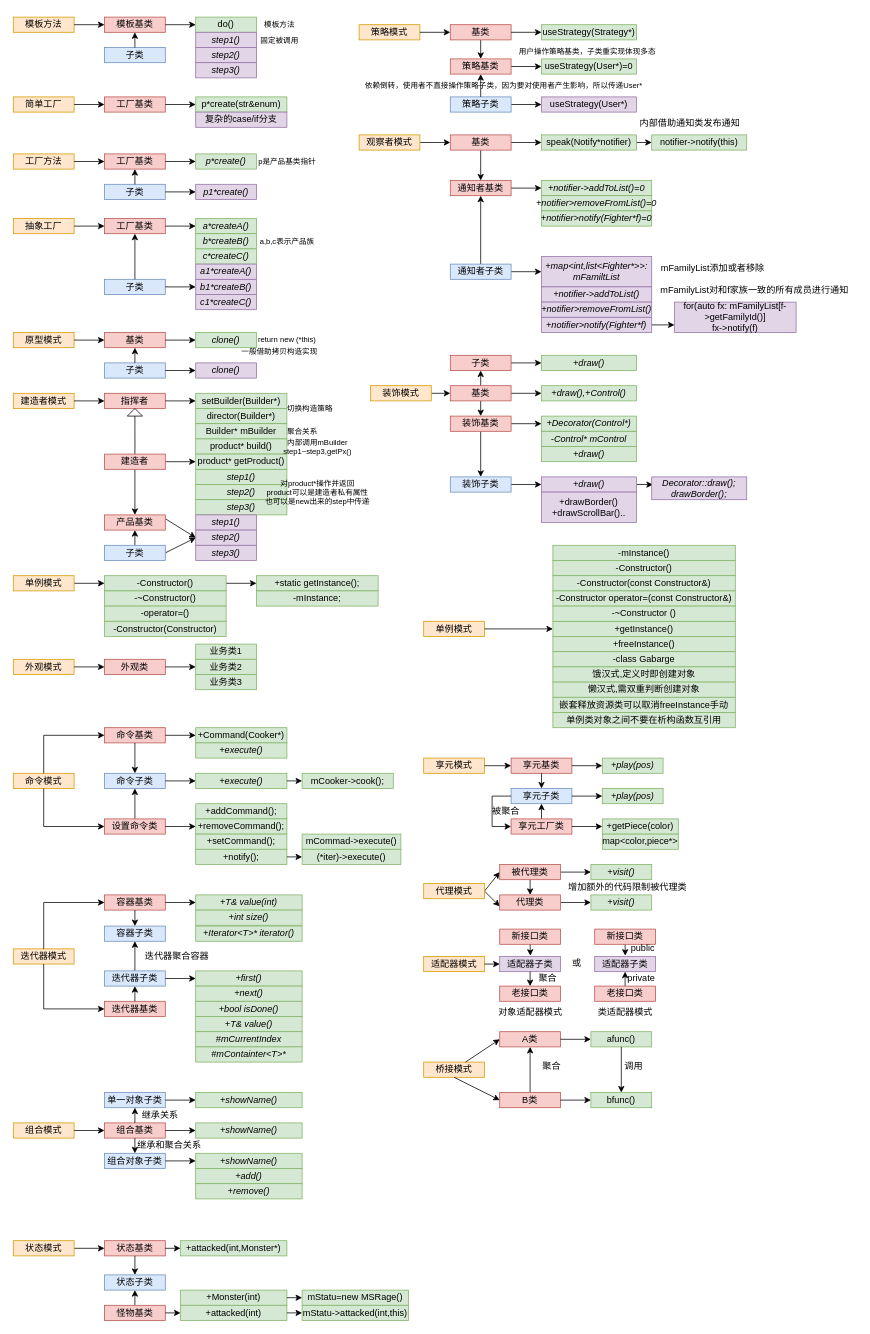
chenbei97/C--DesignMode keeps this draw.io diagram as designMode.drawio. Above is the earlier version. Source tidied: cells renumbered, new cells numbered last; positions are measured from the earlier drawing's top-left corner, leaving out a move shared by most shapes. Both pictures are drawn from the tidied source at 76%, with x=0, y=0 at pixel (13, 13).
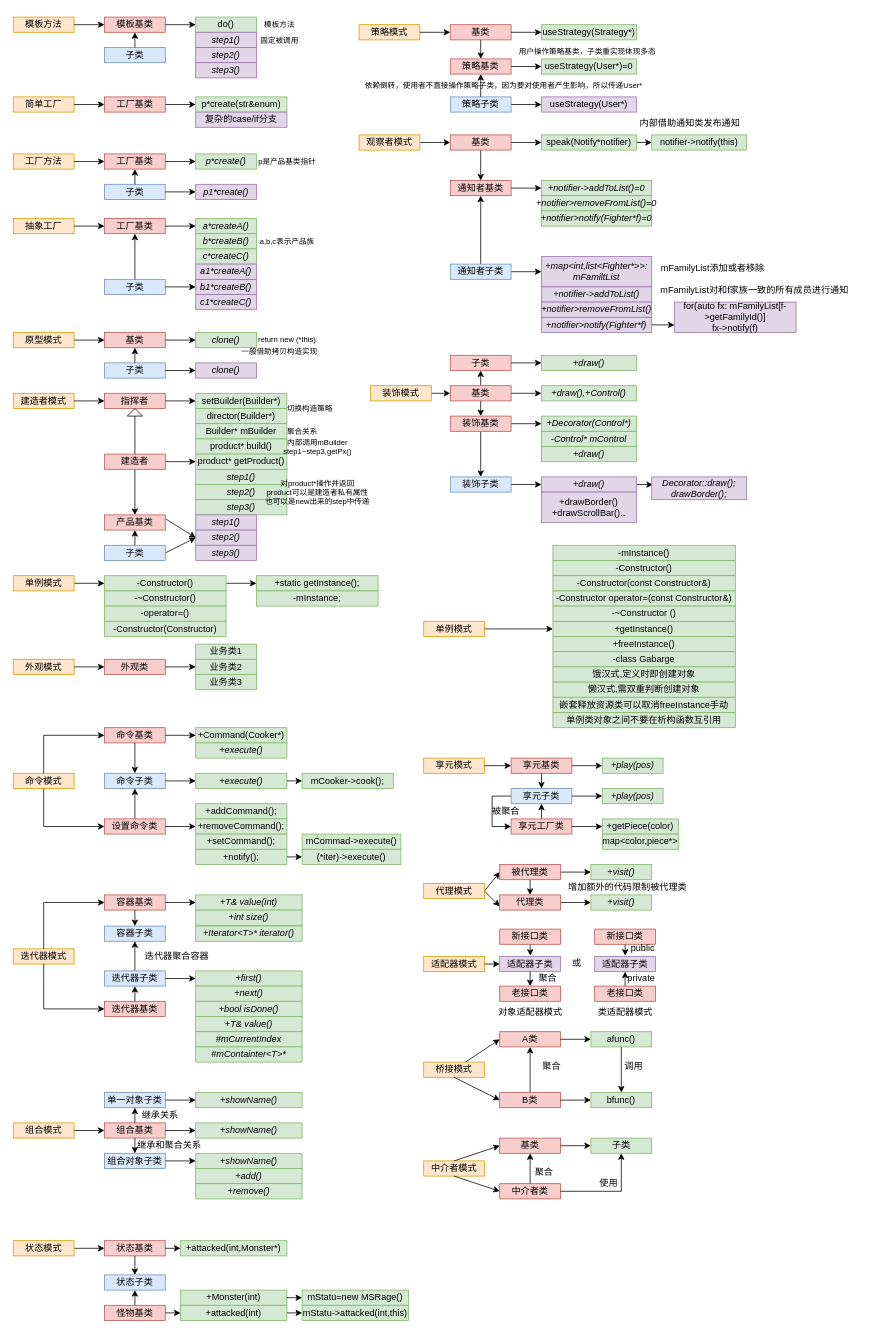
The same diagram, later.

Commit message (it also covers changes not shown here):
中介者模式

What changed in the source:
```diff
@@
+    <mxCell id="328" style="group;" parent="1" vertex="1">
+      <mxGeometry x="540" y="1480" width="300" height="80" as="geometry" />
+    </mxCell>
+    <mxCell id="329" value="中介者模式" style="whiteSpace=wrap;html=1;fillColor=#ffe6cc;strokeColor=#d79b00;" parent="328" vertex="1">
+      <mxGeometry y="30" width="80" height="20" as="geometry" />
+    </mxCell>
+    <mxCell id="330" value="中介者类" style="whiteSpace=wrap;html=1;fillColor=#f8cecc;strokeColor=#b85450;" parent="328" vertex="1">
+      <mxGeometry x="100" y="60" width="80" height="20" as="geometry" />
+    </mxCell>
+    <mxCell id="331" style="edgeStyle=none;html=1;exitX=0.5;exitY=1;exitDx=0;exitDy=0;entryX=0;entryY=0.5;entryDx=0;entryDy=0;" parent="328" edge="1" source="329" target="330">
+      <mxGeometry relative="1" as="geometry" />
+    </mxCell>
+    <mxCell id="332" value="基类" style="whiteSpace=wrap;html=1;fillColor=#f8cecc;strokeColor=#b85450;" parent="328" vertex="1">
+      <mxGeometry x="100" width="80" height="20" as="geometry" />
+    </mxCell>
+    <mxCell id="333" style="edgeStyle=none;html=1;exitX=0.5;exitY=0;exitDx=0;exitDy=0;entryX=0;entryY=0.5;entryDx=0;entryDy=0;" parent="328" edge="1" source="329" target="332">
+      <mxGeometry relative="1" as="geometry" />
+    </mxCell>
+    <mxCell id="334" style="edgeStyle=none;html=1;entryX=0.5;entryY=1;entryDx=0;entryDy=0;" parent="328" edge="1" source="330" target="332">
+      <mxGeometry relative="1" as="geometry" />
+    </mxCell>
+    <mxCell id="335" value="子类" style="whiteSpace=wrap;html=1;fillColor=#d5e8d4;strokeColor=#82b366;" parent="328" vertex="1">
+      <mxGeometry x="220" width="80" height="20" as="geometry" />
+    </mxCell>
+    <mxCell id="336" style="edgeStyle=orthogonalEdgeStyle;html=1;exitX=1;exitY=0.5;exitDx=0;exitDy=0;entryX=0.5;entryY=1;entryDx=0;entryDy=0;rounded=0;" parent="328" edge="1" source="330" target="335">
+      <mxGeometry relative="1" as="geometry" />
+    </mxCell>
+    <mxCell id="337" style="edgeStyle=none;html=1;exitX=1;exitY=0.5;exitDx=0;exitDy=0;" parent="328" edge="1" source="332" target="335">
+      <mxGeometry relative="1" as="geometry" />
+    </mxCell>
+    <mxCell id="338" value="聚合" style="text;html=1;align=center;verticalAlign=middle;strokeColor=none;fillColor=none;" parent="328" vertex="1">
+      <mxGeometry x="135" y="30" width="45" height="30" as="geometry" />
+    </mxCell>
+    <mxCell id="339" value="使用" style="text;html=1;align=center;verticalAlign=middle;strokeColor=none;fillColor=none;" parent="328" vertex="1">
+      <mxGeometry x="220" y="45" width="45" height="30" as="geometry" />
+    </mxCell>
```
